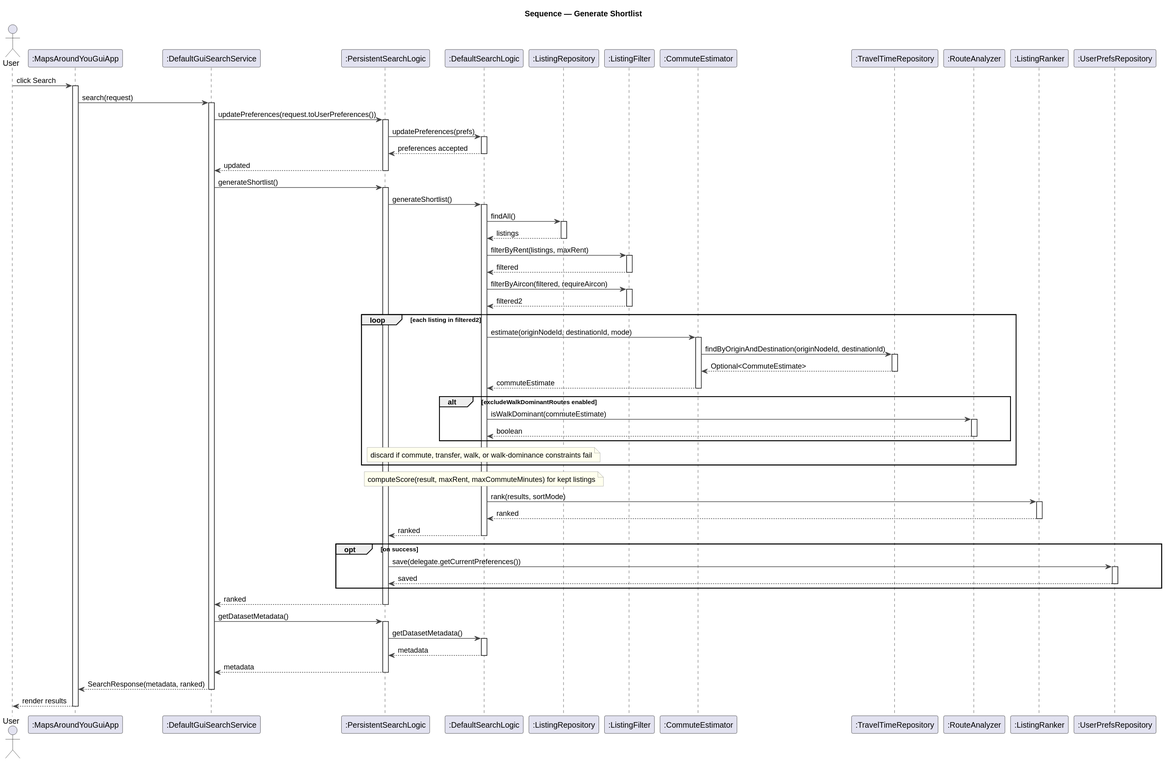
Before: docs/design/diagrams/sequence-generate-shortlist.svg, a diagram exported from PlantUML (PeterShanxin/MapsAroundYou).
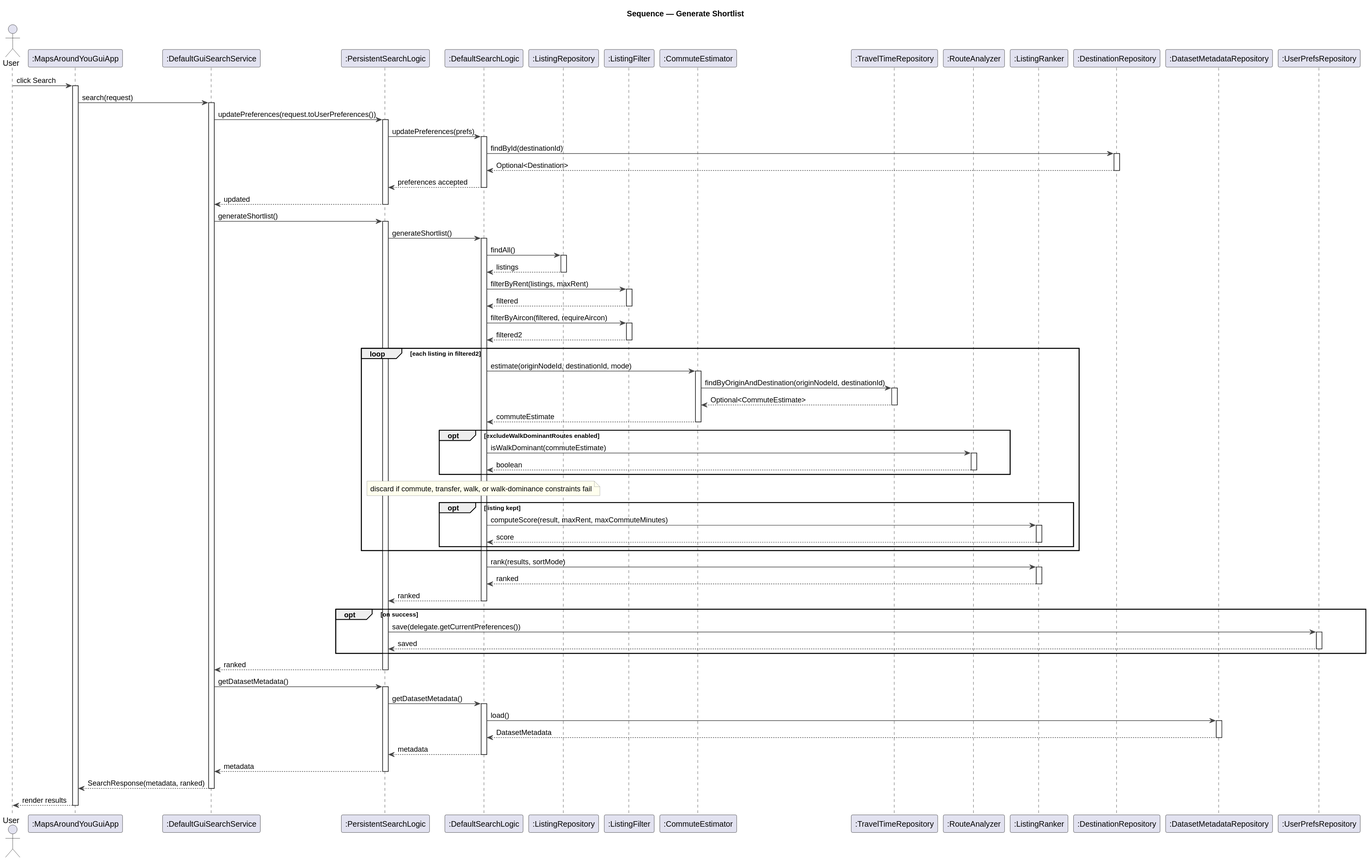
After the commit.

What changed in the source:
```diff
@@ -12,6 +12,8 @@
 participant ":TravelTimeRepository" as TravelRepo
 participant ":RouteAnalyzer" as Route
 participant ":ListingRanker" as Ranker
+participant ":DestinationRepository" as DestRepo
+participant ":DatasetMetadataRepository" as MetaRepo
 participant ":UserPrefsRepository" as PrefsRepo
 User -> GuiApp : click Search
 activate GuiApp
@@ -21,6 +23,10 @@
 activate PersistLogic
 PersistLogic -> Logic : updatePreferences(prefs)
 activate Logic
+Logic -> DestRepo : findById(destinationId)
+activate DestRepo
+DestRepo --> Logic : Optional<Destination>
+deactivate DestRepo
 Logic --> PersistLogic : preferences accepted
 deactivate Logic
 PersistLogic --> GuiSvc : updated
@@ -50,15 +56,20 @@
   deactivate TravelRepo
   Commute --> Logic : commuteEstimate
   deactivate Commute
-  alt excludeWalkDominantRoutes enabled
+  opt excludeWalkDominantRoutes enabled
     Logic -> Route : isWalkDominant(commuteEstimate)
     activate Route
     Route --> Logic : boolean
     deactivate Route
   end
   note over Logic : discard if commute, transfer, walk, or walk-dominance constraints fail
+  opt listing kept
+    Logic -> Ranker : computeScore(result, maxRent, maxCommuteMinutes)
+    activate Ranker
+    Ranker --> Logic : score
+    deactivate Ranker
+  end
 end
-note over Logic : computeScore(result, maxRent, maxCommuteMinutes) for kept listings
 Logic -> Ranker : rank(results, sortMode)
 activate Ranker
 Ranker --> Logic : ranked
@@ -77,6 +88,10 @@
 activate PersistLogic
 PersistLogic -> Logic : getDatasetMetadata()
 activate Logic
+Logic -> MetaRepo : load()
+activate MetaRepo
+MetaRepo --> Logic : DatasetMetadata
+deactivate MetaRepo
 Logic --> PersistLogic : metadata
 deactivate Logic
 PersistLogic --> GuiSvc : metadata
```
